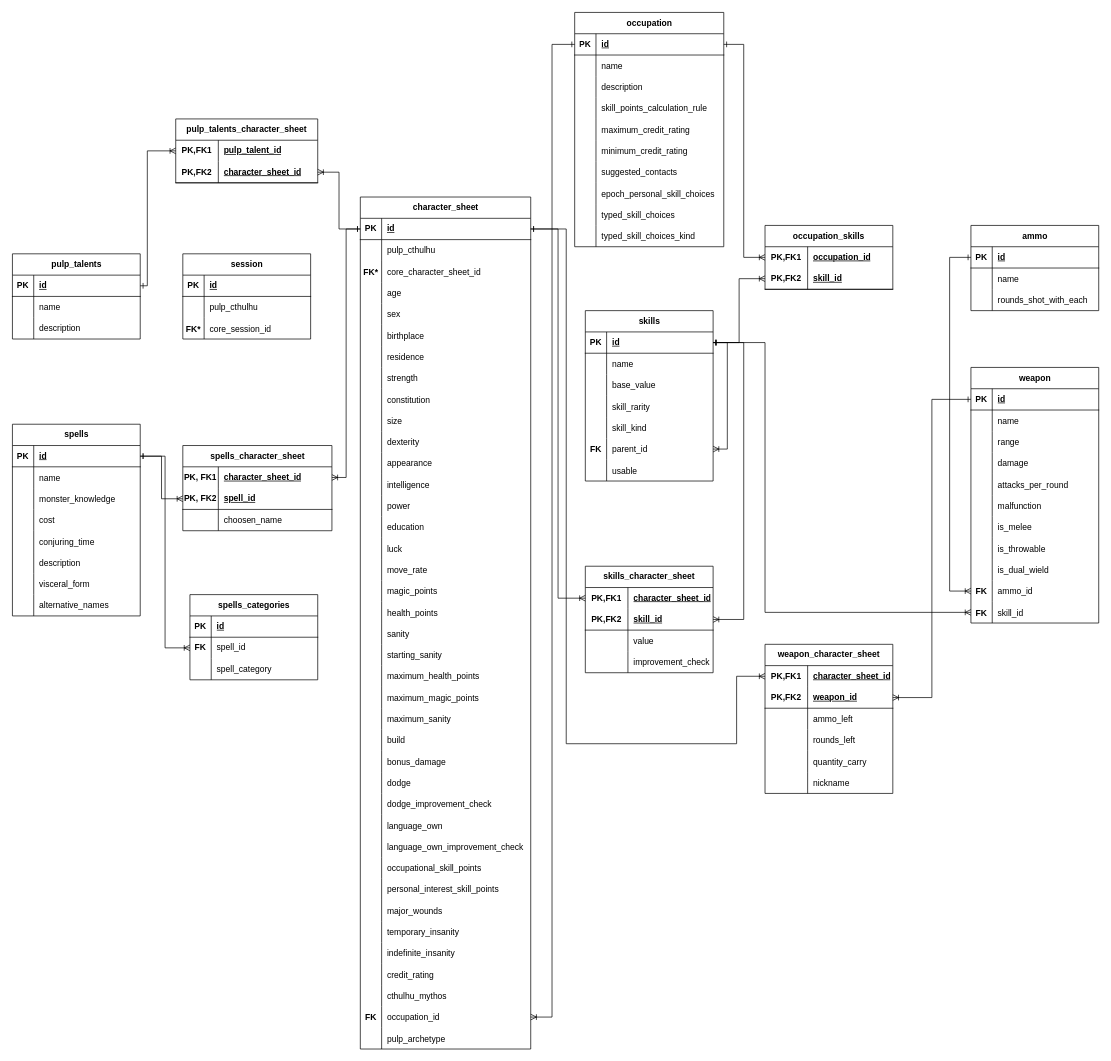
This is page "QuestMaster - Call of Cthulhu" (3 of 4) of databasemodel.drawio from hannaBanannaOF/hbsites-architecture, a draw.io file, before an edit. Source tidied: cells renumbered, new cells numbered last; positions are measured from the earlier drawing's top-left corner, leaving out a move shared by most shapes. Both pictures are drawn from the tidied source at 71%, with x=0, y=0 at pixel (12, 12).
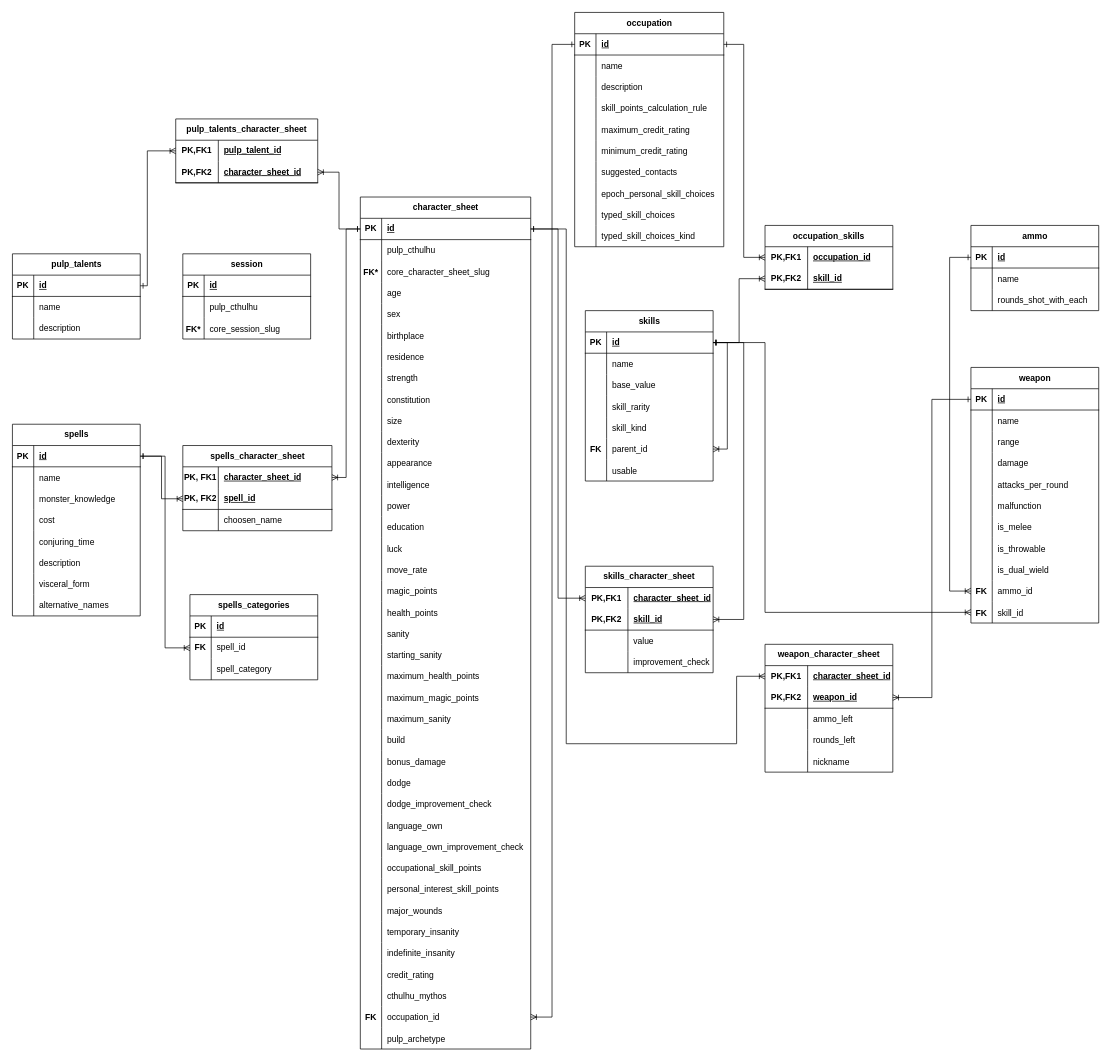
Above is the later version.

The change refers to these unchanged cells:
```xml
<mxCell id="19" style="shape=tableRow;horizontal=0;startSize=0;swimlaneHead=0;swimlaneBody=0;fillColor=none;top=0;left=0;right=0;bottom=0;" parent="12" vertex="1">
  <mxGeometry y="90" width="180" height="30" as="geometry" />
</mxCell>
<mxCell id="51" style="shape=tableRow;horizontal=0;startSize=0;swimlaneHead=0;swimlaneBody=0;fillColor=none;top=0;left=0;right=0;bottom=0;" parent="44" vertex="1">
  <mxGeometry y="90" width="240" height="30" as="geometry" />
</mxCell>
```

Diff of the diagram source:
```diff
@@
-    <mxCell id="21" value="core_session_id" style="shape=partialRectangle;fillColor=none;top=0;left=0;bottom=0;right=0;align=left;spacingLeft=6;overflow=hidden;" parent="19" vertex="1">
+    <mxCell id="21" value="core_session_slug" style="shape=partialRectangle;fillColor=none;top=0;left=0;bottom=0;right=0;align=left;spacingLeft=6;overflow=hidden;" parent="19" vertex="1">
       <mxGeometry x="30" width="150" height="30" as="geometry" />
     </mxCell>
@@
-    <mxCell id="53" value="core_character_sheet_id" style="shape=partialRectangle;fillColor=none;top=0;left=0;bottom=0;right=0;align=left;spacingLeft=6;overflow=hidden;" parent="51" vertex="1">
+    <mxCell id="53" value="core_character_sheet_slug" style="shape=partialRectangle;fillColor=none;top=0;left=0;bottom=0;right=0;align=left;spacingLeft=6;overflow=hidden;" parent="51" vertex="1">
       <mxGeometry x="30" width="210" height="30" as="geometry" />
     </mxCell>
@@
     <mxCell id="274" value="weapon_character_sheet" style="shape=table;startSize=30;childLayout=tableLayout;rowLines=0;fontStyle=1;align=center;html=1;whiteSpace=wrap;" parent="1" vertex="1">
-      <mxGeometry x="1060" y="890" width="180" height="210" as="geometry" />
+      <mxGeometry x="1060" y="890" width="180" height="180" as="geometry" />
     </mxCell>
@@
-    <mxCell id="287" style="shape=tableRow;horizontal=0;startSize=0;swimlaneHead=0;swimlaneBody=0;fillColor=none;top=0;left=0;right=0;bottom=0;" parent="274" vertex="1">
-      <mxGeometry y="150" width="180" height="30" as="geometry" />
-    </mxCell>
-    <mxCell id="288" style="shape=partialRectangle;fillColor=none;top=0;left=0;bottom=0;right=0;overflow=hidden;" parent="287" vertex="1">
-      <mxGeometry width="60" height="30" as="geometry" />
-    </mxCell>
-    <mxCell id="289" value="quantity_carry" style="shape=partialRectangle;fillColor=none;top=0;left=0;bottom=0;right=0;align=left;spacingLeft=6;overflow=hidden;" parent="287" vertex="1">
-      <mxGeometry x="60" width="120" height="30" as="geometry" />
-    </mxCell>
     <mxCell id="290" style="shape=tableRow;horizontal=0;startSize=0;swimlaneHead=0;swimlaneBody=0;fillColor=none;top=0;left=0;right=0;bottom=0;" parent="274" vertex="1">
-      <mxGeometry y="180" width="180" height="30" as="geometry" />
+      <mxGeometry y="150" width="180" height="30" as="geometry" />
     </mxCell>
```
